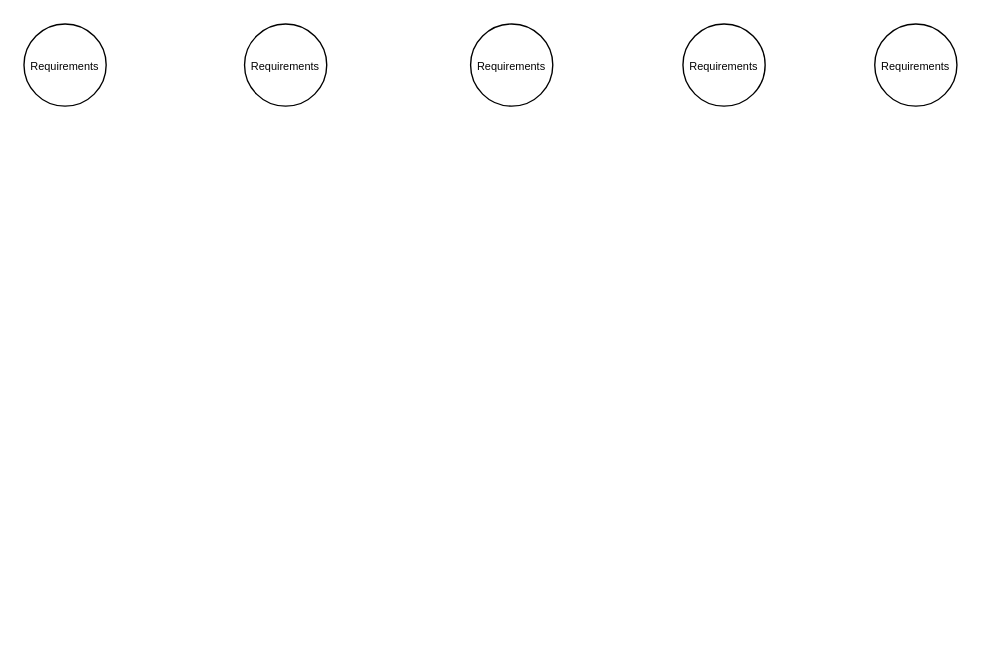
This is hpalmtoazuredevops.drawio from surajnaik90/Architectures-Designs, a draw.io file, before an edit. Source tidied: cells renumbered, new cells numbered last; positions are measured from the earlier drawing's top-left corner, leaving out a move shared by most shapes. Both pictures are drawn from the tidied source at 137%, with x=0, y=0 at pixel (23, 23).
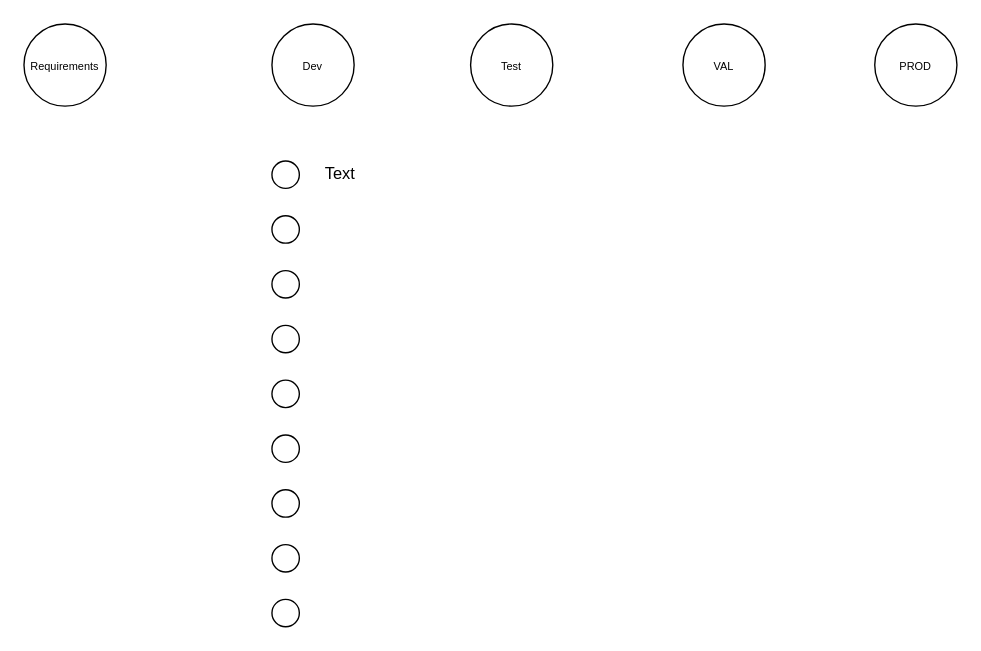
The same diagram, later.

Diff of the diagram source:
```diff
@@
     <mxCell id="4" style="ellipse;whiteSpace=wrap;html=1;" parent="1" vertex="1">
-      <mxGeometry x="161" width="60" height="60" as="geometry" />
+      <mxGeometry x="181" width="60" height="60" as="geometry" />
     </mxCell>
-    <mxCell id="5" value="&lt;font style=&quot;font-size: 8px;&quot;&gt;Requirements&lt;/font&gt;" style="text;html=1;strokeColor=none;fillColor=none;align=center;verticalAlign=middle;whiteSpace=wrap;rounded=0;" parent="1" vertex="1">
-      <mxGeometry x="161" y="15" width="60" height="30" as="geometry" />
+    <mxCell id="5" value="&lt;font style=&quot;font-size: 8px;&quot;&gt;Dev&lt;/font&gt;" style="text;html=1;strokeColor=none;fillColor=none;align=center;verticalAlign=middle;whiteSpace=wrap;rounded=0;" parent="1" vertex="1">
+      <mxGeometry x="181" y="15" width="60" height="30" as="geometry" />
     </mxCell>
@@
-    <mxCell id="7" value="&lt;font style=&quot;font-size: 8px;&quot;&gt;Requirements&lt;/font&gt;" style="text;html=1;strokeColor=none;fillColor=none;align=center;verticalAlign=middle;whiteSpace=wrap;rounded=0;" parent="1" vertex="1">
+    <mxCell id="7" value="&lt;font style=&quot;font-size: 8px;&quot;&gt;Test&lt;/font&gt;" style="text;html=1;strokeColor=none;fillColor=none;align=center;verticalAlign=middle;whiteSpace=wrap;rounded=0;" parent="1" vertex="1">
       <mxGeometry x="326" y="15" width="60" height="30" as="geometry" />
     </mxCell>
@@
-    <mxCell id="9" value="&lt;font style=&quot;font-size: 8px;&quot;&gt;Requirements&lt;/font&gt;" style="text;html=1;strokeColor=none;fillColor=none;align=center;verticalAlign=middle;whiteSpace=wrap;rounded=0;" parent="1" vertex="1">
+    <mxCell id="9" value="&lt;font style=&quot;font-size: 8px;&quot;&gt;VAL&lt;/font&gt;" style="text;html=1;strokeColor=none;fillColor=none;align=center;verticalAlign=middle;whiteSpace=wrap;rounded=0;" parent="1" vertex="1">
       <mxGeometry x="481" y="15" width="60" height="30" as="geometry" />
     </mxCell>
@@
-    <mxCell id="11" value="&lt;font style=&quot;font-size: 8px;&quot;&gt;Requirements&lt;/font&gt;" style="text;html=1;strokeColor=none;fillColor=none;align=center;verticalAlign=middle;whiteSpace=wrap;rounded=0;" parent="1" vertex="1">
+    <mxCell id="11" value="&lt;font style=&quot;font-size: 8px;&quot;&gt;PROD&lt;/font&gt;" style="text;html=1;strokeColor=none;fillColor=none;align=center;verticalAlign=middle;whiteSpace=wrap;rounded=0;" parent="1" vertex="1">
       <mxGeometry x="621" y="15" width="60" height="30" as="geometry" />
     </mxCell>
+    <mxCell id="12" style="ellipse;whiteSpace=wrap;html=1;" parent="1" vertex="1">
+      <mxGeometry x="181" y="100" width="20" height="20" as="geometry" />
+    </mxCell>
+    <mxCell id="13" style="ellipse;whiteSpace=wrap;html=1;" parent="1" vertex="1">
+      <mxGeometry x="181" y="140" width="20" height="20" as="geometry" />
+    </mxCell>
+    <mxCell id="14" style="ellipse;whiteSpace=wrap;html=1;" parent="1" vertex="1">
+      <mxGeometry x="181" y="180" width="20" height="20" as="geometry" />
+    </mxCell>
+    <mxCell id="15" style="ellipse;whiteSpace=wrap;html=1;" parent="1" vertex="1">
+      <mxGeometry x="181" y="220" width="20" height="20" as="geometry" />
+    </mxCell>
+    <mxCell id="16" style="ellipse;whiteSpace=wrap;html=1;" parent="1" vertex="1">
+      <mxGeometry x="181" y="260" width="20" height="20" as="geometry" />
+    </mxCell>
+    <mxCell id="17" style="ellipse;whiteSpace=wrap;html=1;" parent="1" vertex="1">
+      <mxGeometry x="181" y="300" width="20" height="20" as="geometry" />
+    </mxCell>
+    <mxCell id="18" style="ellipse;whiteSpace=wrap;html=1;" parent="1" vertex="1">
+      <mxGeometry x="181" y="340" width="20" height="20" as="geometry" />
+    </mxCell>
+    <mxCell id="19" style="ellipse;whiteSpace=wrap;html=1;" parent="1" vertex="1">
+      <mxGeometry x="181" y="380" width="20" height="20" as="geometry" />
+    </mxCell>
+    <mxCell id="20" style="ellipse;whiteSpace=wrap;html=1;" parent="1" vertex="1">
+      <mxGeometry x="181" y="420" width="20" height="20" as="geometry" />
+    </mxCell>
+    <mxCell id="21" value="Text" style="text;html=1;strokeColor=none;fillColor=none;align=center;verticalAlign=middle;whiteSpace=wrap;rounded=0;" parent="1" vertex="1">
+      <mxGeometry x="201" y="95" width="60" height="30" as="geometry" />
+    </mxCell>
```
